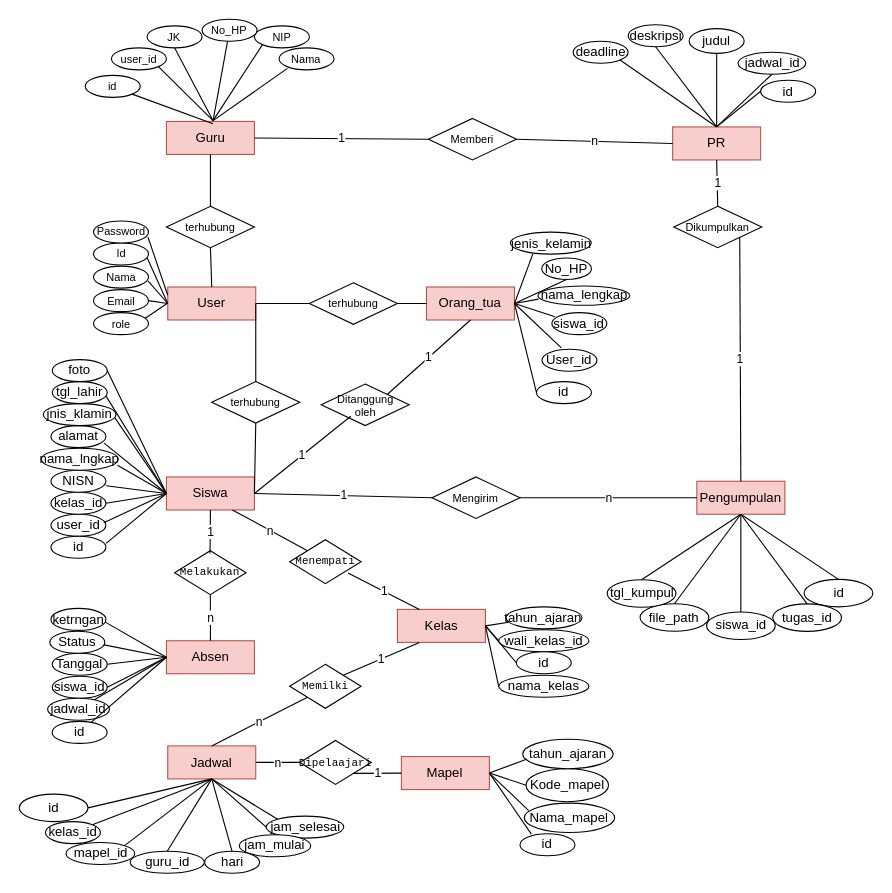
This is page "Halaman-4" (3 of 4) of Diagram Tanpa Judul.drawio from bayudani/diagram, a draw.io file, before an edit. Source tidied: cells renumbered, new cells numbered last; positions are measured from the earlier drawing's top-left corner, leaving out a move shared by most shapes. Both pictures are drawn from the tidied source at 110%, with x=0, y=0 at pixel (19, 19).
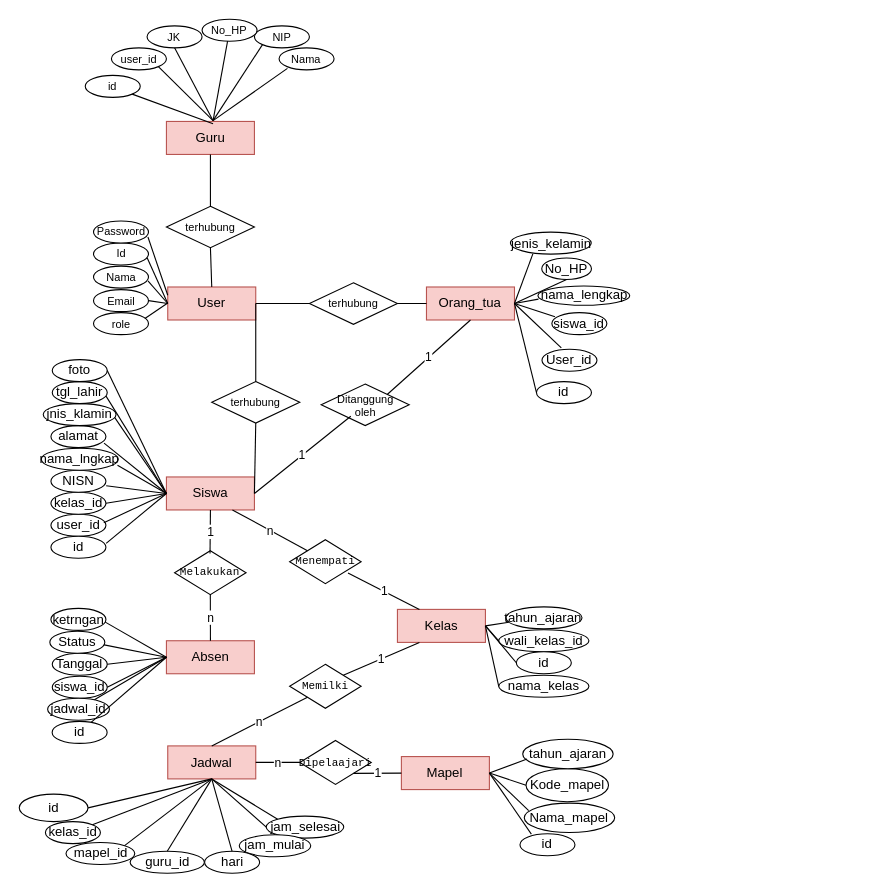
The same diagram, later.

Unchanged cells that the change refers to:
```xml
<mxCell id="2" value="Siswa" style="rounded=0;whiteSpace=wrap;html=1;fillColor=#f8cecc;strokeColor=#b85450;" parent="1" vertex="1">
  <mxGeometry x="133.8" y="416.1" width="80" height="30" as="geometry" />
</mxCell>
<mxCell id="3" value="Guru" style="rounded=0;whiteSpace=wrap;html=1;fillColor=#f8cecc;strokeColor=#b85450;" parent="1" vertex="1">
  <mxGeometry x="133.8" y="92.9" width="80" height="30" as="geometry" />
</mxCell>
```

The edit, as a diff of the source:
```diff
@@
-    <mxCell id="88" value="PR" style="rounded=0;whiteSpace=wrap;html=1;fillColor=#f8cecc;strokeColor=#b85450;" parent="1" vertex="1">
-      <mxGeometry x="594" y="97.9" width="80" height="30" as="geometry" />
-    </mxCell>
-    <mxCell id="89" value="id" style="ellipse;whiteSpace=wrap;html=1;" parent="1" vertex="1">
-      <mxGeometry x="674" y="55.5" width="50" height="20" as="geometry" />
-    </mxCell>
-    <mxCell id="90" style="endArrow=none;html=1;rounded=0;entryX=0.5;entryY=0;entryDx=0;entryDy=0;exitX=0;exitY=0.5;exitDx=0;exitDy=0;" parent="1" edge="1" source="89" target="88">
-      <mxGeometry relative="1" as="geometry" />
-    </mxCell>
-    <mxCell id="91" value="deadline" style="ellipse;whiteSpace=wrap;html=1;" parent="1" vertex="1">
-      <mxGeometry x="503.5" y="20" width="50" height="20" as="geometry" />
-    </mxCell>
-    <mxCell id="92" value="deskripsi" style="ellipse;whiteSpace=wrap;html=1;" parent="1" vertex="1">
-      <mxGeometry x="553.5" y="5" width="50" height="20" as="geometry" />
-    </mxCell>
-    <mxCell id="93" value="jadwal_id" style="ellipse;whiteSpace=wrap;html=1;" parent="1" vertex="1">
-      <mxGeometry x="653.5" y="30" width="61.5" height="20" as="geometry" />
-    </mxCell>
-    <mxCell id="94" style="endArrow=none;html=1;rounded=0;exitX=0.5;exitY=1;exitDx=0;exitDy=0;entryX=0.5;entryY=0;entryDx=0;entryDy=0;" parent="1" edge="1" source="93" target="88">
-      <mxGeometry relative="1" as="geometry" />
-    </mxCell>
-    <mxCell id="95" value="judul" style="ellipse;whiteSpace=wrap;html=1;" parent="1" vertex="1">
-      <mxGeometry x="609" y="8.5" width="50" height="22.5" as="geometry" />
-    </mxCell>
-    <mxCell id="96" style="endArrow=none;html=1;rounded=0;entryX=0.5;entryY=0;entryDx=0;entryDy=0;exitX=1;exitY=1;exitDx=0;exitDy=0;" parent="1" edge="1" source="91" target="88">
-      <mxGeometry relative="1" as="geometry" />
-    </mxCell>
@@
-    <mxCell id="100" value="Memberi" style="rhombus;whiteSpace=wrap;html=1;fontSize=10;" parent="1" vertex="1">
-      <mxGeometry x="372" y="90.2" width="80" height="37.7" as="geometry" />
-    </mxCell>
-    <mxCell id="101" value="1" style="endArrow=none;html=1;rounded=0;exitX=1;exitY=0.5;exitDx=0;exitDy=0;entryX=0;entryY=0.5;entryDx=0;entryDy=0;" parent="1" edge="1" source="3" target="100">
-      <mxGeometry relative="1" as="geometry" />
-    </mxCell>
-    <mxCell id="102" value="n" style="endArrow=none;html=1;rounded=0;exitX=1;exitY=0.5;exitDx=0;exitDy=0;entryX=0;entryY=0.5;entryDx=0;entryDy=0;" parent="1" edge="1" source="100" target="88">
-      <mxGeometry relative="1" as="geometry" />
-    </mxCell>
-    <mxCell id="103" value="Pengumpulan" style="rounded=0;whiteSpace=wrap;html=1;fillColor=#f8cecc;strokeColor=#b85450;" parent="1" vertex="1">
-      <mxGeometry x="616" y="420" width="80" height="30" as="geometry" />
-    </mxCell>
-    <mxCell id="104" value="id" style="ellipse;whiteSpace=wrap;html=1;" parent="1" vertex="1">
-      <mxGeometry x="713.5" y="509.2" width="62.5" height="25" as="geometry" />
-    </mxCell>
-    <mxCell id="105" value="siswa_id" style="ellipse;whiteSpace=wrap;html=1;" parent="1" vertex="1">
-      <mxGeometry x="624.8" y="538.9" width="62.5" height="25" as="geometry" />
-    </mxCell>
-    <mxCell id="106" value="tugas_id" style="ellipse;whiteSpace=wrap;html=1;" parent="1" vertex="1">
-      <mxGeometry x="685" y="531.5" width="62.5" height="25" as="geometry" />
-    </mxCell>
-    <mxCell id="107" value="file_path" style="ellipse;whiteSpace=wrap;html=1;" parent="1" vertex="1">
-      <mxGeometry x="564.4" y="531.4" width="62.5" height="25" as="geometry" />
-    </mxCell>
-    <mxCell id="108" style="endArrow=none;html=1;rounded=0;entryX=0.5;entryY=0;entryDx=0;entryDy=0;exitX=0.5;exitY=1;exitDx=0;exitDy=0;" parent="1" edge="1" source="103" target="106">
-      <mxGeometry relative="1" as="geometry" />
-    </mxCell>
-    <mxCell id="109" style="endArrow=none;html=1;rounded=0;entryX=0.5;entryY=0;entryDx=0;entryDy=0;exitX=0.5;exitY=1;exitDx=0;exitDy=0;" parent="1" edge="1" source="103" target="105">
-      <mxGeometry relative="1" as="geometry" />
-    </mxCell>
-    <mxCell id="110" value="Dikumpulkan" style="rhombus;whiteSpace=wrap;html=1;fontSize=10;" parent="1" vertex="1">
-      <mxGeometry x="595" y="170" width="80" height="37.7" as="geometry" />
-    </mxCell>
-    <mxCell id="111" value="1" style="endArrow=none;html=1;rounded=0;exitX=0.5;exitY=0;exitDx=0;exitDy=0;entryX=0.5;entryY=1;entryDx=0;entryDy=0;" parent="1" edge="1" source="110" target="88">
-      <mxGeometry relative="1" as="geometry" />
-    </mxCell>
-    <mxCell id="112" value="1" style="endArrow=none;html=1;rounded=0;exitX=0.5;exitY=0;exitDx=0;exitDy=0;entryX=1;entryY=1;entryDx=0;entryDy=0;" parent="1" edge="1" source="103" target="110">
-      <mxGeometry relative="1" as="geometry" />
-    </mxCell>
-    <mxCell id="113" value="Mengirim" style="rhombus;whiteSpace=wrap;html=1;fontSize=10;" parent="1" vertex="1">
-      <mxGeometry x="375.2" y="416.1" width="80" height="37.7" as="geometry" />
-    </mxCell>
-    <mxCell id="114" value="1" style="endArrow=none;html=1;rounded=0;exitX=1;exitY=0.5;exitDx=0;exitDy=0;entryX=0;entryY=0.5;entryDx=0;entryDy=0;" parent="1" edge="1" source="2" target="113">
-      <mxGeometry relative="1" as="geometry" />
-    </mxCell>
-    <mxCell id="115" value="n" style="endArrow=none;html=1;rounded=0;exitX=0;exitY=0.5;exitDx=0;exitDy=0;entryX=1;entryY=0.5;entryDx=0;entryDy=0;" parent="1" edge="1" source="103" target="113">
-      <mxGeometry relative="1" as="geometry" />
-    </mxCell>
@@
-    <mxCell id="142" style="endArrow=none;html=1;rounded=0;exitX=0.5;exitY=1;exitDx=0;exitDy=0;entryX=0.5;entryY=0;entryDx=0;entryDy=0;" parent="1" edge="1" source="95" target="88">
-      <mxGeometry relative="1" as="geometry" />
-    </mxCell>
-    <mxCell id="143" style="endArrow=none;html=1;rounded=0;entryX=0.5;entryY=0;entryDx=0;entryDy=0;exitX=0.5;exitY=1;exitDx=0;exitDy=0;" parent="1" edge="1" source="92" target="88">
-      <mxGeometry relative="1" as="geometry" />
-    </mxCell>
-    <mxCell id="144" style="endArrow=none;html=1;rounded=0;entryX=0.5;entryY=0;entryDx=0;entryDy=0;exitX=0.5;exitY=1;exitDx=0;exitDy=0;" parent="1" edge="1" source="103" target="107">
-      <mxGeometry relative="1" as="geometry" />
-    </mxCell>
-    <mxCell id="145" style="endArrow=none;html=1;rounded=0;entryX=0.5;entryY=0;entryDx=0;entryDy=0;exitX=0.5;exitY=1;exitDx=0;exitDy=0;" parent="1" edge="1" source="103" target="104">
-      <mxGeometry relative="1" as="geometry" />
-    </mxCell>
@@
-    <mxCell id="154" value="tgl_kumpul" style="ellipse;whiteSpace=wrap;html=1;" parent="1" vertex="1">
-      <mxGeometry x="534.5" y="509.5" width="62.5" height="25" as="geometry" />
-    </mxCell>
-    <mxCell id="155" style="endArrow=none;html=1;rounded=0;entryX=0.5;entryY=0;entryDx=0;entryDy=0;exitX=0.5;exitY=1;exitDx=0;exitDy=0;" parent="1" edge="1" source="103" target="154">
-      <mxGeometry relative="1" as="geometry" />
-    </mxCell>
```
